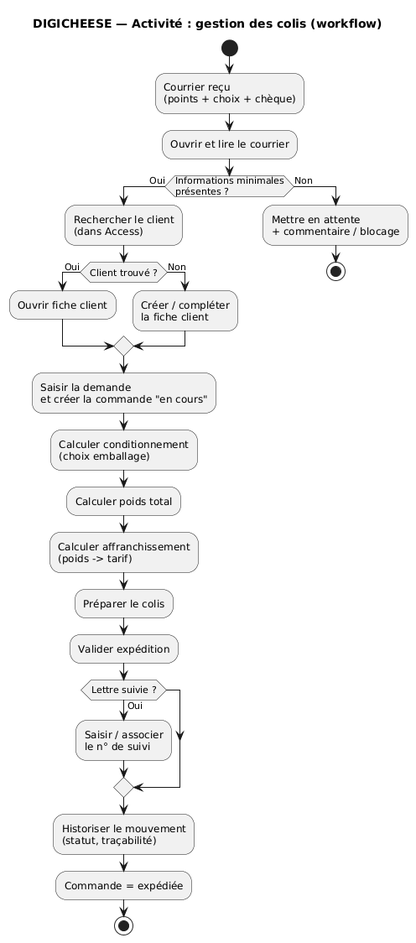
Before: UML/004 DIGICHEESE — Activité_gestion_des_ colis_(workflow).png, a diagram exported from PlantUML (xavier-deguercy/TP_digicheese).
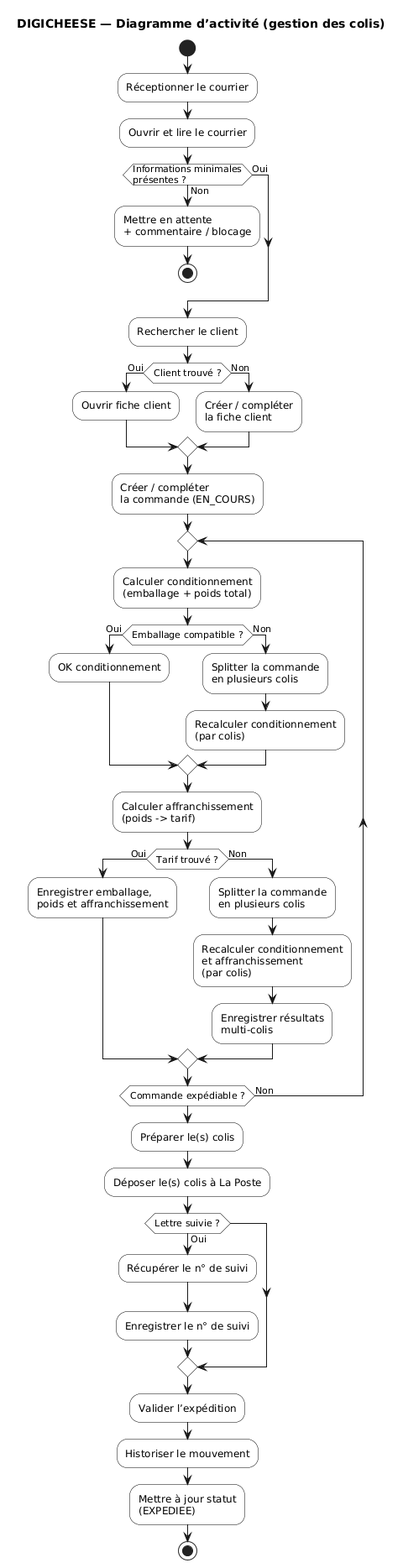
Later version of the same file.

The edit, as a diff of the source:
```diff
@@ -1,40 +1,63 @@
 @startuml
-title DIGICHEESE — Activité : gestion des colis (workflow)
+title DIGICHEESE — Diagramme d’activité (gestion des colis)
 skinparam shadowing false
+skinparam activityBorderColor black
+skinparam activityBackgroundColor white
+
 
 start
-
-:Courrier reçu\n(points + choix + chèque);
+:Réceptionner le courrier;
 :Ouvrir et lire le courrier;
 
 if (Informations minimales\nprésentes ?) then (Oui)
-  :Rechercher le client\n(dans Access);
-
-  if (Client trouvé ?) then (Oui)
-    :Ouvrir fiche client;
-  else (Non)
-    :Créer / compléter\nla fiche client;
-  endif
-
-  :Saisir la demande\net créer la commande "en cours";
-
-  :Calculer conditionnement\n(choix emballage);
-  :Calculer poids total;
-  :Calculer affranchissement\n(poids -> tarif);
-
-  :Préparer le colis;
-  :Valider expédition;
-
-  if (Lettre suivie ?) then (Oui)
-    :Saisir / associer\nle n° de suivi;
-  endif
-
-  :Historiser le mouvement\n(statut, traçabilité);
-  :Commande = expédiée;
-  stop
-
 else (Non)
   :Mettre en attente\n+ commentaire / blocage;
   stop
 endif
+
+
+:Rechercher le client;
+if (Client trouvé ?) then (Oui)
+  :Ouvrir fiche client;
+else (Non)
+  :Créer / compléter\nla fiche client;
+endif
+
+:Créer / compléter\nla commande (EN_COURS);
+
+repeat
+  :Calculer conditionnement\n(emballage + poids total);
+
+  if (Emballage compatible ?) then (Oui)
+    :OK conditionnement;
+  else (Non)
+    :Splitter la commande\nen plusieurs colis;
+    :Recalculer conditionnement\n(par colis);
+  endif
+
+  :Calculer affranchissement\n(poids -> tarif);
+
+  if (Tarif trouvé ?) then (Oui)
+    :Enregistrer emballage,\npoids et affranchissement;
+  else (Non)
+    :Splitter la commande\nen plusieurs colis;
+    :Recalculer conditionnement\net affranchissement\n(par colis);
+    :Enregistrer résultats\nmulti-colis;
+
+  endif
+
+repeat while (Commande expédiable ?) is (Non)
+
+:Préparer le(s) colis;
+:Déposer le(s) colis à La Poste;
+
+if (Lettre suivie ?) then (Oui)
+  :Récupérer le n° de suivi;
+  :Enregistrer le n° de suivi;
+endif
+:Valider l’expédition;
+:Historiser le mouvement;
+:Mettre à jour statut\n(EXPEDIEE);
+
+stop
 @enduml
```
